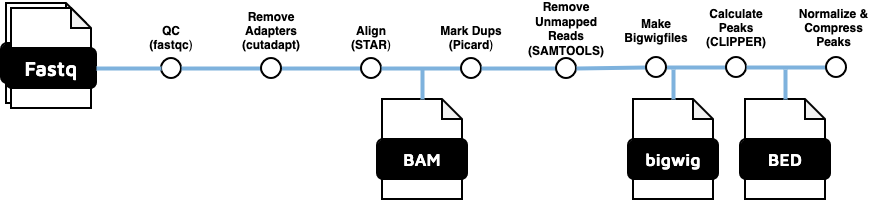
Before: eclipseq.drawio.png, a diagram exported from draw.io (ramirobarrantes/eclipseq). Source tidied: cells renumbered, new cells last; positions are measured from the earlier drawing's top-left corner, leaving out a move shared by most shapes. The source it was exported from:
```xml
<mxGraphModel>
  <root>
    <mxCell id="0" />
    <mxCell id="1" parent="0" />
    <mxCell id="2" style="group;" parent="1" vertex="1">
      <mxGeometry width="95" height="105" as="geometry" />
    </mxCell>
    <mxCell id="3" style="shape=note;whiteSpace=wrap;html=1;backgroundOutline=1;darkOpacity=0.05;rounded=1;size=20;strokeWidth=2;" parent="2" vertex="1">
      <mxGeometry x="5" width="80" height="100" as="geometry" />
    </mxCell>
    <mxCell id="4" value="&lt;font face=&quot;Maven Pro&quot; color=&quot;#ffffff&quot;&gt;&lt;b&gt;&lt;font style=&quot;font-size: 20px;&quot;&gt;Fastq&lt;/font&gt;&lt;/b&gt;&lt;/font&gt;" style="rounded=1;whiteSpace=wrap;html=1;strokeWidth=2;fillColor=#000000;" parent="2" vertex="1">
      <mxGeometry y="40" width="90" height="40" as="geometry" />
    </mxCell>
    <mxCell id="5" style="shape=note;whiteSpace=wrap;html=1;backgroundOutline=1;darkOpacity=0.05;rounded=1;size=20;strokeWidth=2;" parent="2" vertex="1">
      <mxGeometry x="10" y="5" width="80" height="100" as="geometry" />
    </mxCell>
    <mxCell id="6" value="&lt;font face=&quot;Maven Pro&quot; color=&quot;#ffffff&quot;&gt;&lt;b&gt;&lt;font style=&quot;font-size: 20px;&quot;&gt;Fastq&lt;/font&gt;&lt;/b&gt;&lt;/font&gt;" style="rounded=1;whiteSpace=wrap;html=1;strokeWidth=2;fillColor=#000000;" parent="2" vertex="1">
      <mxGeometry x="5" y="45" width="90" height="40" as="geometry" />
    </mxCell>
    <mxCell id="7" style="ellipse;whiteSpace=wrap;html=1;rounded=1;rotation=0;strokeWidth=2;" parent="1" vertex="1">
      <mxGeometry x="160" y="55" width="20" height="20" as="geometry" />
    </mxCell>
    <mxCell id="8" value="&lt;div&gt;&lt;b&gt;QC&lt;/b&gt;&lt;/div&gt;&lt;div&gt;&lt;b&gt;(fastqc&lt;/b&gt;)&lt;/div&gt;" style="text;html=1;align=center;verticalAlign=middle;whiteSpace=wrap;rounded=0;" parent="1" vertex="1">
      <mxGeometry x="140" y="20" width="60" height="30" as="geometry" />
    </mxCell>
    <mxCell id="9" style="endArrow=none;html=1;rounded=1;strokeWidth=4;strokeColor=#7EB2DD;exitX=1;exitY=0.5;exitDx=0;exitDy=0;" parent="1" edge="1" source="16">
      <mxGeometry relative="1" as="geometry">
        <mxPoint x="260" y="65" as="targetPoint" />
      </mxGeometry>
    </mxCell>
    <mxCell id="10" value="&lt;div&gt;&lt;b&gt;Remove&lt;br&gt;Adapters&lt;/b&gt;&lt;br&gt;&lt;/div&gt;&lt;div&gt;&lt;b&gt;(cutadapt)&lt;/b&gt;&lt;br&gt;&lt;/div&gt;" style="text;html=1;align=center;verticalAlign=middle;whiteSpace=wrap;rounded=0;" parent="1" vertex="1">
      <mxGeometry x="240" y="13" width="60" height="30" as="geometry" />
    </mxCell>
    <mxCell id="11" style="endArrow=none;html=1;rounded=1;strokeWidth=4;strokeColor=#7EB2DD;exitX=1;exitY=0.5;exitDx=0;exitDy=0;entryX=0;entryY=0.5;entryDx=0;entryDy=0;" parent="1" edge="1" source="16" target="12">
      <mxGeometry relative="1" as="geometry" />
    </mxCell>
    <mxCell id="12" style="ellipse;whiteSpace=wrap;html=1;rounded=1;rotation=0;strokeWidth=2;" parent="1" vertex="1">
      <mxGeometry x="360" y="55" width="20" height="20" as="geometry" />
    </mxCell>
    <mxCell id="13" value="&lt;div&gt;&lt;b&gt;Align&lt;/b&gt;&lt;/div&gt;&lt;div&gt;&lt;b&gt;(STAR&lt;/b&gt;)&lt;/div&gt;" style="text;html=1;align=center;verticalAlign=middle;whiteSpace=wrap;rounded=0;" parent="1" vertex="1">
      <mxGeometry x="340" y="20" width="60" height="30" as="geometry" />
    </mxCell>
    <mxCell id="14" style="endArrow=none;html=1;rounded=1;strokeWidth=4;strokeColor=#7EB2DD;exitX=1;exitY=0.5;exitDx=0;exitDy=0;entryX=0;entryY=0.5;entryDx=0;entryDy=0;" parent="1" edge="1" source="6" target="7">
      <mxGeometry relative="1" as="geometry" />
    </mxCell>
    <mxCell id="15" style="endArrow=none;html=1;rounded=1;strokeWidth=4;strokeColor=#7EB2DD;exitX=1;exitY=0.5;exitDx=0;exitDy=0;" parent="1" edge="1" source="7" target="16">
      <mxGeometry relative="1" as="geometry" />
    </mxCell>
    <mxCell id="16" style="ellipse;whiteSpace=wrap;html=1;rounded=1;rotation=0;strokeWidth=2;" parent="1" vertex="1">
      <mxGeometry x="260" y="55" width="20" height="20" as="geometry" />
    </mxCell>
    <mxCell id="17" style="endArrow=none;html=1;rounded=1;strokeWidth=4;strokeColor=#7EB2DD;exitX=1;exitY=0.5;exitDx=0;exitDy=0;entryX=0;entryY=0.5;entryDx=0;entryDy=0;" parent="1" edge="1" target="18">
      <mxGeometry relative="1" as="geometry">
        <mxPoint x="380" y="65" as="sourcePoint" />
      </mxGeometry>
    </mxCell>
    <mxCell id="18" style="ellipse;whiteSpace=wrap;html=1;rounded=1;rotation=0;strokeWidth=2;" parent="1" vertex="1">
      <mxGeometry x="460" y="55" width="20" height="20" as="geometry" />
    </mxCell>
    <mxCell id="19" value="&lt;b&gt;Mark Dups&lt;/b&gt;&lt;br&gt;&lt;div&gt;&lt;b&gt;(Picard&lt;/b&gt;)&lt;/div&gt;" style="text;html=1;align=center;verticalAlign=middle;whiteSpace=wrap;rounded=0;" parent="1" vertex="1">
      <mxGeometry x="435" y="20" width="70" height="30" as="geometry" />
    </mxCell>
    <mxCell id="20" style="endArrow=none;html=1;rounded=1;strokeWidth=4;strokeColor=#7EB2DD;exitX=1;exitY=0.5;exitDx=0;exitDy=0;entryX=0;entryY=0.5;entryDx=0;entryDy=0;" parent="1" edge="1">
      <mxGeometry relative="1" as="geometry">
        <mxPoint x="480" y="65" as="sourcePoint" />
        <mxPoint x="560" y="65" as="targetPoint" />
      </mxGeometry>
    </mxCell>
    <mxCell id="21" style="ellipse;whiteSpace=wrap;html=1;rounded=1;rotation=0;strokeWidth=2;" parent="1" vertex="1">
      <mxGeometry x="555" y="55" width="20" height="20" as="geometry" />
    </mxCell>
    <mxCell id="22" value="&lt;div&gt;&lt;b&gt;Remove Unmapped Reads&lt;br&gt;&lt;/b&gt;&lt;/div&gt;&lt;b&gt;(SAMTOOLS)&lt;/b&gt;" style="text;html=1;align=center;verticalAlign=middle;whiteSpace=wrap;rounded=0;" parent="1" vertex="1">
      <mxGeometry x="530" y="11" width="70" height="30" as="geometry" />
    </mxCell>
    <mxCell id="23" style="endArrow=none;html=1;rounded=1;strokeWidth=4;strokeColor=#7EB2DD;exitX=1;exitY=0.5;exitDx=0;exitDy=0;entryX=0;entryY=0.5;entryDx=0;entryDy=0;" parent="1" edge="1" source="39" target="24">
      <mxGeometry relative="1" as="geometry" />
    </mxCell>
    <mxCell id="24" style="ellipse;whiteSpace=wrap;html=1;rounded=1;rotation=0;strokeWidth=2;" parent="1" vertex="1">
      <mxGeometry x="725" y="54" width="20" height="20" as="geometry" />
    </mxCell>
    <mxCell id="25" value="&lt;div&gt;&lt;b&gt;Calculate Peaks&lt;br&gt;&lt;/b&gt;&lt;/div&gt;&lt;b&gt;(CLIPPER)&lt;/b&gt;" style="text;html=1;align=center;verticalAlign=middle;whiteSpace=wrap;rounded=0;" parent="1" vertex="1">
      <mxGeometry x="700" y="10" width="70" height="30" as="geometry" />
    </mxCell>
    <mxCell id="26" style="group;" parent="1" vertex="1">
      <mxGeometry x="376" y="96" width="90" height="100" as="geometry" />
    </mxCell>
    <mxCell id="27" style="shape=note;whiteSpace=wrap;html=1;backgroundOutline=1;darkOpacity=0.05;rounded=1;size=20;strokeWidth=2;" parent="26" vertex="1">
      <mxGeometry x="5" width="80" height="100" as="geometry" />
    </mxCell>
    <mxCell id="28" value="&lt;font size=&quot;1&quot; color=&quot;#ffffff&quot; face=&quot;Maven Pro&quot;&gt;&lt;b style=&quot;font-size: 17px;&quot;&gt;BAM&lt;/b&gt;&lt;/font&gt;" style="rounded=1;whiteSpace=wrap;html=1;strokeWidth=2;fillColor=#000000;" parent="26" vertex="1">
      <mxGeometry y="40" width="90" height="40" as="geometry" />
    </mxCell>
    <mxCell id="29" style="endArrow=none;html=1;rounded=1;strokeWidth=4;strokeColor=#7EB2DD;entryX=0.5;entryY=0;entryDx=0;entryDy=0;entryPerimeter=0;" parent="1" edge="1" target="27">
      <mxGeometry relative="1" as="geometry">
        <mxPoint x="421" y="66" as="sourcePoint" />
      </mxGeometry>
    </mxCell>
    <mxCell id="30" style="endArrow=none;html=1;rounded=1;strokeWidth=4;strokeColor=#7EB2DD;exitX=1;exitY=0.5;exitDx=0;exitDy=0;entryX=0;entryY=0.5;entryDx=0;entryDy=0;" parent="1" edge="1" target="31">
      <mxGeometry relative="1" as="geometry">
        <mxPoint x="745" y="64" as="sourcePoint" />
      </mxGeometry>
    </mxCell>
    <mxCell id="31" style="ellipse;whiteSpace=wrap;html=1;rounded=1;rotation=0;strokeWidth=2;" parent="1" vertex="1">
      <mxGeometry x="825" y="54" width="20" height="20" as="geometry" />
    </mxCell>
    <mxCell id="32" value="&lt;div&gt;&lt;b&gt;Normalize &amp;amp; Compress Peaks&lt;br&gt;&lt;/b&gt;&lt;/div&gt;" style="text;html=1;align=center;verticalAlign=middle;whiteSpace=wrap;rounded=0;" parent="1" vertex="1">
      <mxGeometry x="795" y="10" width="75" height="30" as="geometry" />
    </mxCell>
    <mxCell id="33" style="group;" parent="1" vertex="1">
      <mxGeometry x="739" y="96" width="90" height="100" as="geometry" />
    </mxCell>
    <mxCell id="34" style="shape=note;whiteSpace=wrap;html=1;backgroundOutline=1;darkOpacity=0.05;rounded=1;size=20;strokeWidth=2;" parent="33" vertex="1">
      <mxGeometry x="5" width="80" height="100" as="geometry" />
    </mxCell>
    <mxCell id="35" value="&lt;font size=&quot;1&quot; color=&quot;#ffffff&quot; face=&quot;Maven Pro&quot;&gt;&lt;b style=&quot;font-size: 17px;&quot;&gt;BED&lt;/b&gt;&lt;/font&gt;" style="rounded=1;whiteSpace=wrap;html=1;strokeWidth=2;fillColor=#000000;" parent="33" vertex="1">
      <mxGeometry y="40" width="90" height="40" as="geometry" />
    </mxCell>
    <mxCell id="36" style="endArrow=none;html=1;rounded=1;strokeWidth=4;strokeColor=#7EB2DD;entryX=0.5;entryY=0;entryDx=0;entryDy=0;entryPerimeter=0;" parent="1" edge="1" target="34">
      <mxGeometry relative="1" as="geometry">
        <mxPoint x="784" y="66" as="sourcePoint" />
      </mxGeometry>
    </mxCell>
    <mxCell id="37" value="&lt;div&gt;&lt;b&gt;Make Bigwigfiles&lt;br&gt;&lt;/b&gt;&lt;/div&gt;&lt;b&gt;&lt;/b&gt;" style="text;html=1;align=center;verticalAlign=middle;whiteSpace=wrap;rounded=0;" parent="1" vertex="1">
      <mxGeometry x="620" y="8" width="70" height="40" as="geometry" />
    </mxCell>
    <mxCell id="38" style="endArrow=none;html=1;rounded=1;strokeWidth=4;strokeColor=#7EB2DD;exitX=1;exitY=0.5;exitDx=0;exitDy=0;entryX=0;entryY=0.5;entryDx=0;entryDy=0;" parent="1" edge="1" target="39">
      <mxGeometry relative="1" as="geometry">
        <mxPoint x="575" y="65" as="sourcePoint" />
      </mxGeometry>
    </mxCell>
    <mxCell id="39" style="ellipse;whiteSpace=wrap;html=1;rounded=1;rotation=0;strokeWidth=2;" parent="1" vertex="1">
      <mxGeometry x="645" y="54" width="20" height="20" as="geometry" />
    </mxCell>
    <mxCell id="40" style="group;" parent="1" vertex="1">
      <mxGeometry x="627" y="96" width="90" height="100" as="geometry" />
    </mxCell>
    <mxCell id="41" style="shape=note;whiteSpace=wrap;html=1;backgroundOutline=1;darkOpacity=0.05;rounded=1;size=20;strokeWidth=2;" parent="40" vertex="1">
      <mxGeometry x="5" width="80" height="100" as="geometry" />
    </mxCell>
    <mxCell id="42" value="&lt;font size=&quot;1&quot; color=&quot;#ffffff&quot; face=&quot;Maven Pro&quot;&gt;&lt;b style=&quot;font-size: 17px;&quot;&gt;bigwig&lt;/b&gt;&lt;/font&gt;" style="rounded=1;whiteSpace=wrap;html=1;strokeWidth=2;fillColor=#000000;" parent="40" vertex="1">
      <mxGeometry y="40" width="90" height="40" as="geometry" />
    </mxCell>
    <mxCell id="43" style="endArrow=none;html=1;rounded=1;strokeWidth=4;strokeColor=#7EB2DD;entryX=0.5;entryY=0;entryDx=0;entryDy=0;entryPerimeter=0;" parent="1" edge="1" target="41">
      <mxGeometry relative="1" as="geometry">
        <mxPoint x="672" y="66" as="sourcePoint" />
      </mxGeometry>
    </mxCell>
  </root>
</mxGraphModel>
```
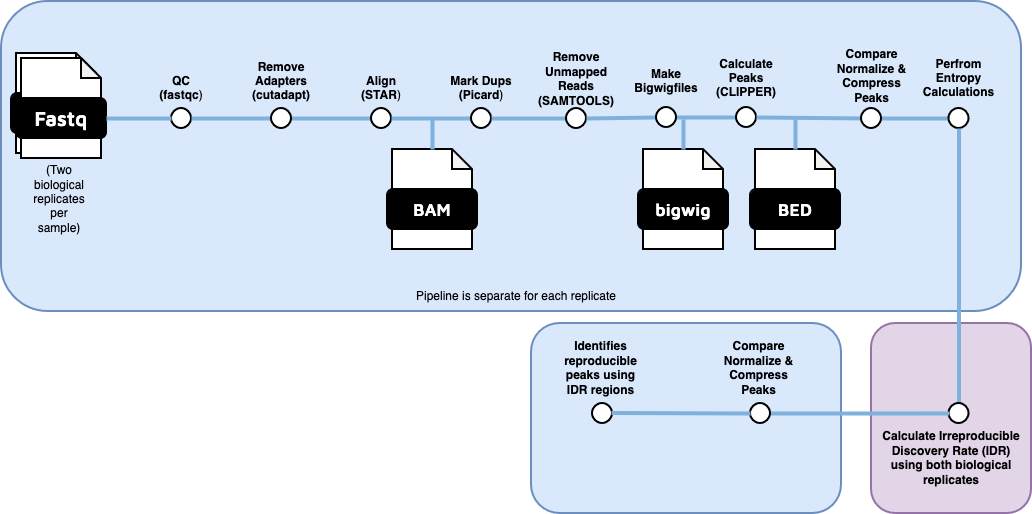
Above is the later version.

Diff of the diagram source:
```diff
@@ -2,8 +2,14 @@
   <root>
     <mxCell id="0" />
     <mxCell id="1" parent="0" />
+    <mxCell id="44" style="rounded=1;whiteSpace=wrap;html=1;strokeWidth=2;fillColor=#e1d5e7;strokeColor=#9673a6;" parent="1" vertex="1">
+      <mxGeometry x="860" y="270" width="160" height="190" as="geometry" />
+    </mxCell>
+    <mxCell id="45" style="rounded=1;whiteSpace=wrap;html=1;strokeWidth=2;fillColor=#dae8fc;strokeColor=#6c8ebf;" parent="1" vertex="1">
+      <mxGeometry x="-10" y="-52" width="1020" height="310" as="geometry" />
+    </mxCell>
     <mxCell id="2" style="group;" parent="1" vertex="1">
-      <mxGeometry width="95" height="105" as="geometry" />
+      <mxGeometry width="95" height="120" as="geometry" />
     </mxCell>
     <mxCell id="3" style="shape=note;whiteSpace=wrap;html=1;backgroundOutline=1;darkOpacity=0.05;rounded=1;size=20;strokeWidth=2;" parent="2" vertex="1">
       <mxGeometry x="5" width="80" height="100" as="geometry" />
@@ -95,16 +101,13 @@
         <mxPoint x="421" y="66" as="sourcePoint" />
       </mxGeometry>
     </mxCell>
-    <mxCell id="30" style="endArrow=none;html=1;rounded=1;strokeWidth=4;strokeColor=#7EB2DD;exitX=1;exitY=0.5;exitDx=0;exitDy=0;entryX=0;entryY=0.5;entryDx=0;entryDy=0;" parent="1" edge="1" target="31">
+    <mxCell id="30" style="endArrow=none;html=1;rounded=1;strokeWidth=4;strokeColor=#7EB2DD;exitX=1;exitY=0.5;exitDx=0;exitDy=0;" parent="1" edge="1" source="31">
       <mxGeometry relative="1" as="geometry">
-        <mxPoint x="745" y="64" as="sourcePoint" />
+        <mxPoint x="860" y="64" as="targetPoint" />
       </mxGeometry>
     </mxCell>
-    <mxCell id="31" style="ellipse;whiteSpace=wrap;html=1;rounded=1;rotation=0;strokeWidth=2;" parent="1" vertex="1">
-      <mxGeometry x="825" y="54" width="20" height="20" as="geometry" />
-    </mxCell>
-    <mxCell id="32" value="&lt;div&gt;&lt;b&gt;Normalize &amp;amp; Compress Peaks&lt;br&gt;&lt;/b&gt;&lt;/div&gt;" style="text;html=1;align=center;verticalAlign=middle;whiteSpace=wrap;rounded=0;" parent="1" vertex="1">
-      <mxGeometry x="795" y="10" width="75" height="30" as="geometry" />
+    <mxCell id="32" value="&lt;div&gt;&lt;b&gt;Compare Normalize &amp;amp; Compress Peaks&lt;br&gt;&lt;/b&gt;&lt;/div&gt;" style="text;html=1;align=center;verticalAlign=middle;whiteSpace=wrap;rounded=0;" parent="1" vertex="1">
+      <mxGeometry x="822.5" y="8" width="75" height="30" as="geometry" />
     </mxCell>
     <mxCell id="33" style="group;" parent="1" vertex="1">
       <mxGeometry x="739" y="96" width="90" height="100" as="geometry" />
@@ -145,5 +148,66 @@
         <mxPoint x="672" y="66" as="sourcePoint" />
       </mxGeometry>
     </mxCell>
+    <mxCell id="46" value="(Two biological replicates per sample)" style="text;html=1;align=center;verticalAlign=middle;whiteSpace=wrap;rounded=0;" parent="1" vertex="1">
+      <mxGeometry x="17.5" y="131" width="60" height="30" as="geometry" />
+    </mxCell>
+    <mxCell id="47" style="endArrow=none;html=1;rounded=1;strokeWidth=4;strokeColor=#7EB2DD;entryX=1;entryY=0.5;entryDx=0;entryDy=0;exitX=0;exitY=0.5;exitDx=0;exitDy=0;" parent="1" edge="1" source="48" target="31">
+      <mxGeometry relative="1" as="geometry" />
+    </mxCell>
+    <mxCell id="48" style="ellipse;whiteSpace=wrap;html=1;rounded=1;rotation=0;strokeWidth=2;" parent="1" vertex="1">
+      <mxGeometry x="937.5" y="55" width="20" height="20" as="geometry" />
+    </mxCell>
+    <mxCell id="49" value="&lt;b&gt;Perfrom Entropy Calculations&lt;/b&gt;" style="text;html=1;align=center;verticalAlign=middle;whiteSpace=wrap;rounded=0;" parent="1" vertex="1">
+      <mxGeometry x="910" y="10" width="75" height="30" as="geometry" />
+    </mxCell>
+    <mxCell id="50" style="endArrow=none;html=1;rounded=1;strokeWidth=4;strokeColor=#7EB2DD;exitX=1;exitY=0.5;exitDx=0;exitDy=0;" parent="1" edge="1" target="31">
+      <mxGeometry relative="1" as="geometry">
+        <mxPoint x="745" y="64" as="sourcePoint" />
+      </mxGeometry>
+    </mxCell>
+    <mxCell id="31" style="ellipse;whiteSpace=wrap;html=1;rounded=1;rotation=0;strokeWidth=2;" parent="1" vertex="1">
+      <mxGeometry x="850" y="55" width="20" height="20" as="geometry" />
+    </mxCell>
+    <mxCell id="51" style="endArrow=none;html=1;rounded=1;strokeWidth=4;strokeColor=#7EB2DD;exitX=0.5;exitY=1;exitDx=0;exitDy=0;entryX=0.5;entryY=0;entryDx=0;entryDy=0;" parent="1" edge="1" source="48" target="52">
+      <mxGeometry relative="1" as="geometry" />
+    </mxCell>
+    <mxCell id="52" style="ellipse;whiteSpace=wrap;html=1;rounded=1;rotation=0;strokeWidth=2;" parent="1" vertex="1">
+      <mxGeometry x="937.5" y="350" width="20" height="20" as="geometry" />
+    </mxCell>
+    <mxCell id="53" value="&lt;b&gt;Calculate Irreproducible Discovery Rate (IDR) using both biological replicates&lt;br&gt;&lt;/b&gt;" style="text;html=1;align=center;verticalAlign=middle;whiteSpace=wrap;rounded=0;" parent="1" vertex="1">
+      <mxGeometry x="870" y="390" width="140" height="30" as="geometry" />
+    </mxCell>
+    <mxCell id="54" value="Pipeline is separate for each replicate" style="text;html=1;align=center;verticalAlign=middle;whiteSpace=wrap;rounded=0;" parent="1" vertex="1">
+      <mxGeometry x="390" y="228" width="230" height="30" as="geometry" />
+    </mxCell>
+    <mxCell id="55" value="&lt;div&gt;&lt;b&gt;Compare Normalize &amp;amp; Compress Peaks&lt;br&gt;&lt;/b&gt;&lt;/div&gt;&lt;b&gt;&amp;nbsp;using IDR information &lt;/b&gt;" style="text;html=1;align=center;verticalAlign=middle;whiteSpace=wrap;rounded=0;" parent="1" vertex="1">
+      <mxGeometry x="679.5" y="310" width="143" height="30" as="geometry" />
+    </mxCell>
+    <mxCell id="56" style="ellipse;whiteSpace=wrap;html=1;rounded=1;rotation=0;strokeWidth=2;" parent="1" vertex="1">
+      <mxGeometry x="745" y="350" width="20" height="20" as="geometry" />
+    </mxCell>
+    <mxCell id="57" style="rounded=1;whiteSpace=wrap;html=1;strokeWidth=2;fillColor=#dae8fc;strokeColor=#6c8ebf;" parent="1" vertex="1">
+      <mxGeometry x="520" y="270" width="310" height="190" as="geometry" />
+    </mxCell>
+    <mxCell id="58" style="endArrow=none;html=1;rounded=1;strokeWidth=4;strokeColor=#7EB2DD;exitX=1;exitY=0.5;exitDx=0;exitDy=0;entryX=0;entryY=0.5;entryDx=0;entryDy=0;" parent="1" edge="1" source="60" target="52">
+      <mxGeometry relative="1" as="geometry" />
+    </mxCell>
+    <mxCell id="59" value="&lt;div&gt;&lt;b&gt;Compare Normalize &amp;amp; Compress Peaks&lt;br&gt;&lt;/b&gt;&lt;/div&gt;" style="text;html=1;align=center;verticalAlign=middle;whiteSpace=wrap;rounded=0;" parent="1" vertex="1">
+      <mxGeometry x="710" y="300" width="75" height="30" as="geometry" />
+    </mxCell>
+    <mxCell id="60" style="ellipse;whiteSpace=wrap;html=1;rounded=1;rotation=0;strokeWidth=2;" parent="1" vertex="1">
+      <mxGeometry x="739" y="350" width="20" height="20" as="geometry" />
+    </mxCell>
+    <mxCell id="61" value="&lt;div&gt;&lt;b&gt;Identifies reproducible peaks using IDR regions&lt;br&gt;&lt;/b&gt;&lt;/div&gt;" style="text;html=1;align=center;verticalAlign=middle;whiteSpace=wrap;rounded=0;" parent="1" vertex="1">
+      <mxGeometry x="552" y="300" width="75" height="30" as="geometry" />
+    </mxCell>
+    <mxCell id="62" style="ellipse;whiteSpace=wrap;html=1;rounded=1;rotation=0;strokeWidth=2;" parent="1" vertex="1">
+      <mxGeometry x="581" y="350" width="20" height="20" as="geometry" />
+    </mxCell>
+    <mxCell id="63" style="endArrow=none;html=1;rounded=1;strokeWidth=4;strokeColor=#7EB2DD;exitX=1;exitY=0.5;exitDx=0;exitDy=0;entryX=0;entryY=0.5;entryDx=0;entryDy=0;" parent="1" edge="1" target="60">
+      <mxGeometry relative="1" as="geometry">
+        <mxPoint x="600" y="359.5" as="sourcePoint" />
+      </mxGeometry>
+    </mxCell>
   </root>
 </mxGraphModel>
```
